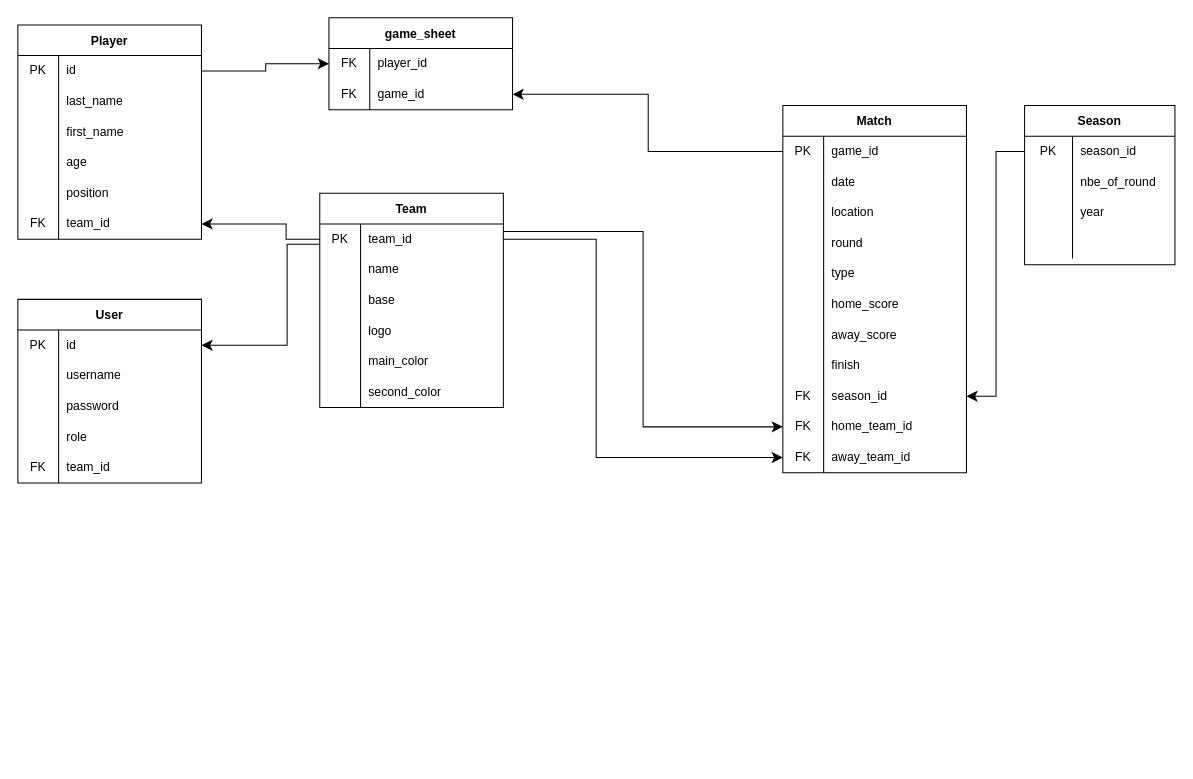
Above: UML/uml.drawio in Erickoeut/TFE (draw.io), before the change. Source tidied: cells renumbered, new cells numbered last; positions are measured from the earlier drawing's top-left corner, leaving out a move shared by most shapes. Both pictures are drawn from the tidied source at 102%, with x=0, y=0 at pixel (-38, -63).
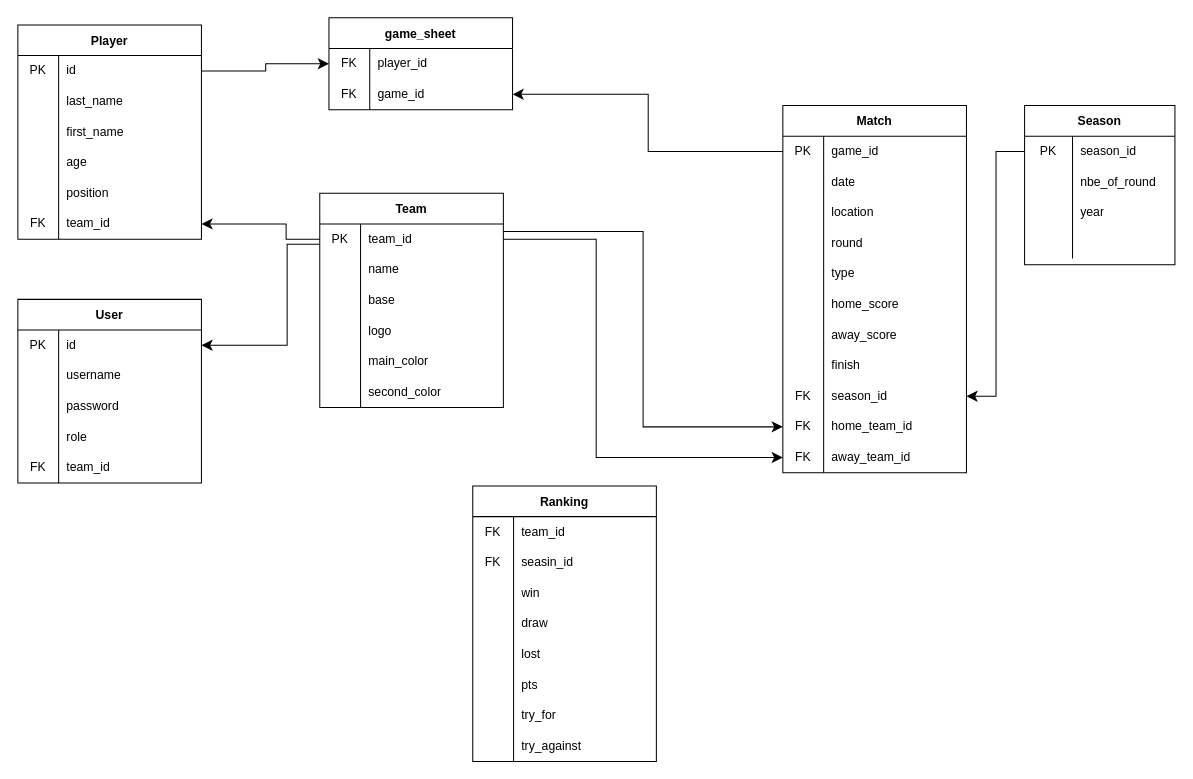
The same diagram, later.

What changed in the source:
```diff
@@
+    <mxCell id="117" value="Ranking" style="shape=table;startSize=30;childLayout=tableLayout;rowLines=0;fontStyle=1;" parent="1" vertex="1">
+      <mxGeometry x="500" y="538" width="180" height="270" as="geometry" />
+    </mxCell>
+    <mxCell id="118" style="shape=tableRow;horizontal=0;startSize=0;swimlaneHead=0;swimlaneBody=0;top=0;left=0;bottom=0;right=0;fillColor=none;" parent="117" vertex="1">
+      <mxGeometry y="30" width="180" height="30" as="geometry" />
+    </mxCell>
+    <mxCell id="119" value="FK" style="shape=partialRectangle;html=1;whiteSpace=wrap;fillColor=none;top=0;left=0;bottom=0;right=0;overflow=hidden;" parent="118" vertex="1">
+      <mxGeometry width="40" height="30" as="geometry" />
+    </mxCell>
+    <mxCell id="120" value="team_id" style="shape=partialRectangle;html=1;whiteSpace=wrap;fillColor=none;top=0;left=0;bottom=0;right=0;align=left;spacingLeft=6;overflow=hidden;" parent="118" vertex="1">
+      <mxGeometry x="40" width="140" height="30" as="geometry" />
+    </mxCell>
+    <mxCell id="121" style="shape=tableRow;horizontal=0;startSize=0;swimlaneHead=0;swimlaneBody=0;top=0;left=0;bottom=0;right=0;fillColor=none;" parent="117" vertex="1">
+      <mxGeometry y="60" width="180" height="30" as="geometry" />
+    </mxCell>
+    <mxCell id="122" value="FK" style="shape=partialRectangle;html=1;whiteSpace=wrap;fillColor=none;top=0;left=0;bottom=0;right=0;overflow=hidden;" parent="121" vertex="1">
+      <mxGeometry width="40" height="30" as="geometry" />
+    </mxCell>
+    <mxCell id="123" value="seasin_id" style="shape=partialRectangle;html=1;whiteSpace=wrap;fillColor=none;top=0;left=0;bottom=0;right=0;align=left;spacingLeft=6;overflow=hidden;" parent="121" vertex="1">
+      <mxGeometry x="40" width="140" height="30" as="geometry" />
+    </mxCell>
+    <mxCell id="124" style="shape=tableRow;horizontal=0;startSize=0;swimlaneHead=0;swimlaneBody=0;top=0;left=0;bottom=0;right=0;fillColor=none;" parent="117" vertex="1">
+      <mxGeometry y="90" width="180" height="30" as="geometry" />
+    </mxCell>
+    <mxCell id="125" style="shape=partialRectangle;html=1;whiteSpace=wrap;fillColor=none;top=0;left=0;bottom=0;right=0;overflow=hidden;" parent="124" vertex="1">
+      <mxGeometry width="40" height="30" as="geometry" />
+    </mxCell>
+    <mxCell id="126" value="win" style="shape=partialRectangle;html=1;whiteSpace=wrap;fillColor=none;top=0;left=0;bottom=0;right=0;align=left;spacingLeft=6;overflow=hidden;" parent="124" vertex="1">
+      <mxGeometry x="40" width="140" height="30" as="geometry" />
+    </mxCell>
+    <mxCell id="127" style="shape=tableRow;horizontal=0;startSize=0;swimlaneHead=0;swimlaneBody=0;top=0;left=0;bottom=0;right=0;fillColor=none;" parent="117" vertex="1">
+      <mxGeometry y="120" width="180" height="30" as="geometry" />
+    </mxCell>
+    <mxCell id="128" style="shape=partialRectangle;html=1;whiteSpace=wrap;fillColor=none;top=0;left=0;bottom=0;right=0;overflow=hidden;" parent="127" vertex="1">
+      <mxGeometry width="40" height="30" as="geometry" />
+    </mxCell>
+    <mxCell id="129" value="draw" style="shape=partialRectangle;html=1;whiteSpace=wrap;fillColor=none;top=0;left=0;bottom=0;right=0;align=left;spacingLeft=6;overflow=hidden;" parent="127" vertex="1">
+      <mxGeometry x="40" width="140" height="30" as="geometry" />
+    </mxCell>
+    <mxCell id="130" style="shape=tableRow;horizontal=0;startSize=0;swimlaneHead=0;swimlaneBody=0;top=0;left=0;bottom=0;right=0;fillColor=none;" parent="117" vertex="1">
+      <mxGeometry y="150" width="180" height="30" as="geometry" />
+    </mxCell>
+    <mxCell id="131" style="shape=partialRectangle;html=1;whiteSpace=wrap;fillColor=none;top=0;left=0;bottom=0;right=0;overflow=hidden;" parent="130" vertex="1">
+      <mxGeometry width="40" height="30" as="geometry" />
+    </mxCell>
+    <mxCell id="132" value="lost" style="shape=partialRectangle;html=1;whiteSpace=wrap;fillColor=none;top=0;left=0;bottom=0;right=0;align=left;spacingLeft=6;overflow=hidden;" parent="130" vertex="1">
+      <mxGeometry x="40" width="140" height="30" as="geometry" />
+    </mxCell>
+    <mxCell id="133" style="shape=tableRow;horizontal=0;startSize=0;swimlaneHead=0;swimlaneBody=0;top=0;left=0;bottom=0;right=0;fillColor=none;" parent="117" vertex="1">
+      <mxGeometry y="180" width="180" height="30" as="geometry" />
+    </mxCell>
+    <mxCell id="134" style="shape=partialRectangle;html=1;whiteSpace=wrap;fillColor=none;top=0;left=0;bottom=0;right=0;overflow=hidden;" parent="133" vertex="1">
+      <mxGeometry width="40" height="30" as="geometry" />
+    </mxCell>
+    <mxCell id="135" value="pts" style="shape=partialRectangle;html=1;whiteSpace=wrap;fillColor=none;top=0;left=0;bottom=0;right=0;align=left;spacingLeft=6;overflow=hidden;" parent="133" vertex="1">
+      <mxGeometry x="40" width="140" height="30" as="geometry" />
+    </mxCell>
+    <mxCell id="136" style="shape=tableRow;horizontal=0;startSize=0;swimlaneHead=0;swimlaneBody=0;top=0;left=0;bottom=0;right=0;fillColor=none;" parent="117" vertex="1">
+      <mxGeometry y="210" width="180" height="30" as="geometry" />
+    </mxCell>
+    <mxCell id="137" style="shape=partialRectangle;html=1;whiteSpace=wrap;fillColor=none;top=0;left=0;bottom=0;right=0;overflow=hidden;" parent="136" vertex="1">
+      <mxGeometry width="40" height="30" as="geometry" />
+    </mxCell>
+    <mxCell id="138" value="try_for" style="shape=partialRectangle;html=1;whiteSpace=wrap;fillColor=none;top=0;left=0;bottom=0;right=0;align=left;spacingLeft=6;overflow=hidden;" parent="136" vertex="1">
+      <mxGeometry x="40" width="140" height="30" as="geometry" />
+    </mxCell>
+    <mxCell id="139" style="shape=tableRow;horizontal=0;startSize=0;swimlaneHead=0;swimlaneBody=0;top=0;left=0;bottom=0;right=0;fillColor=none;" parent="117" vertex="1">
+      <mxGeometry y="240" width="180" height="30" as="geometry" />
+    </mxCell>
+    <mxCell id="140" value="&lt;br&gt;" style="shape=partialRectangle;html=1;whiteSpace=wrap;fillColor=none;top=0;left=0;bottom=0;right=0;overflow=hidden;" parent="139" vertex="1">
+      <mxGeometry width="40" height="30" as="geometry" />
+    </mxCell>
+    <mxCell id="141" value="try_against" style="shape=partialRectangle;html=1;whiteSpace=wrap;fillColor=none;top=0;left=0;bottom=0;right=0;align=left;spacingLeft=6;overflow=hidden;" parent="139" vertex="1">
+      <mxGeometry x="40" width="140" height="30" as="geometry" />
+    </mxCell>
```
